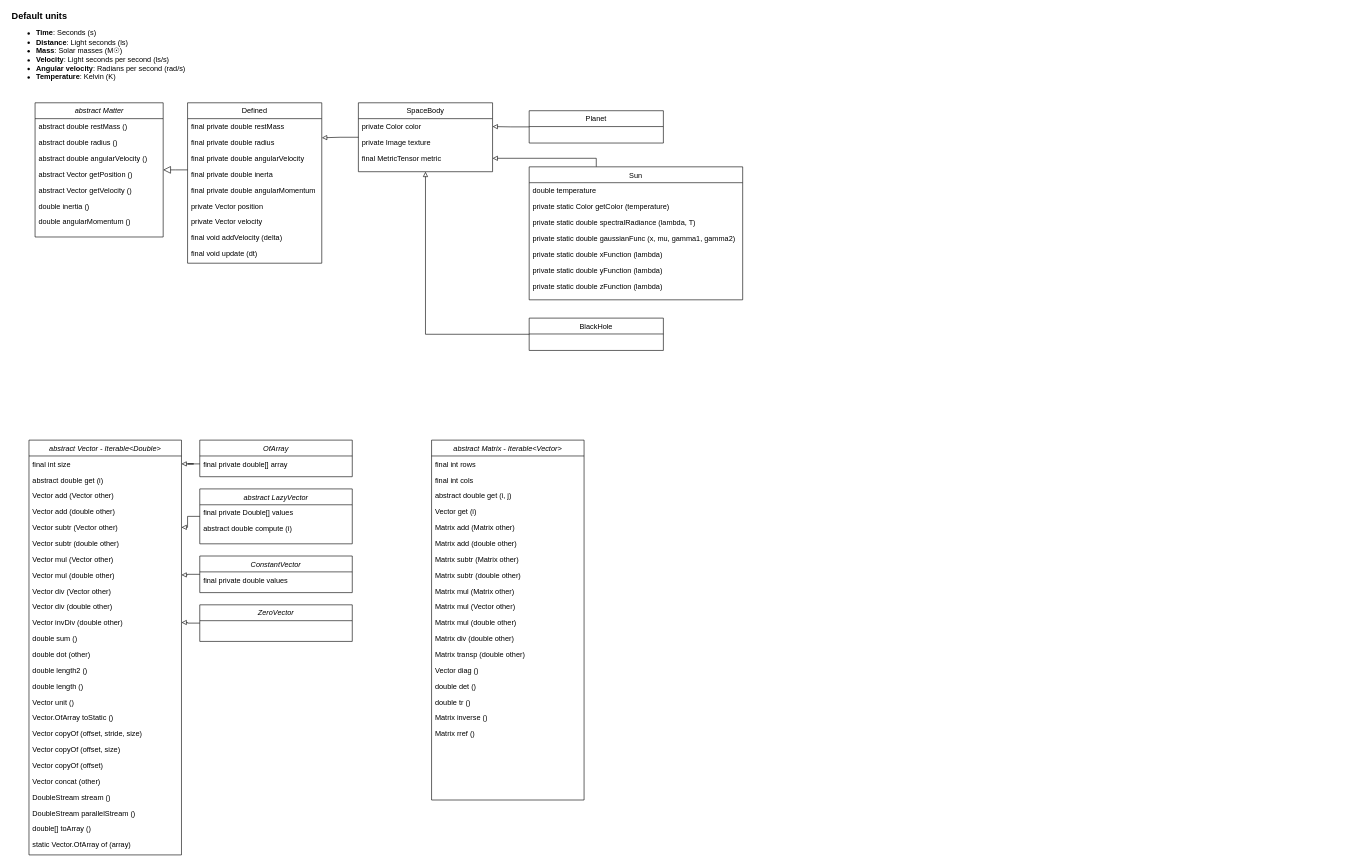
Above: classes_duke.drawio in xavimg/Turing_deploy (draw.io), before the change. Source tidied: cells renumbered, new cells numbered last; positions are measured from the earlier drawing's top-left corner, leaving out a move shared by most shapes. Both pictures are drawn from the tidied source at 61%, with x=0, y=0 at pixel (10, 13).
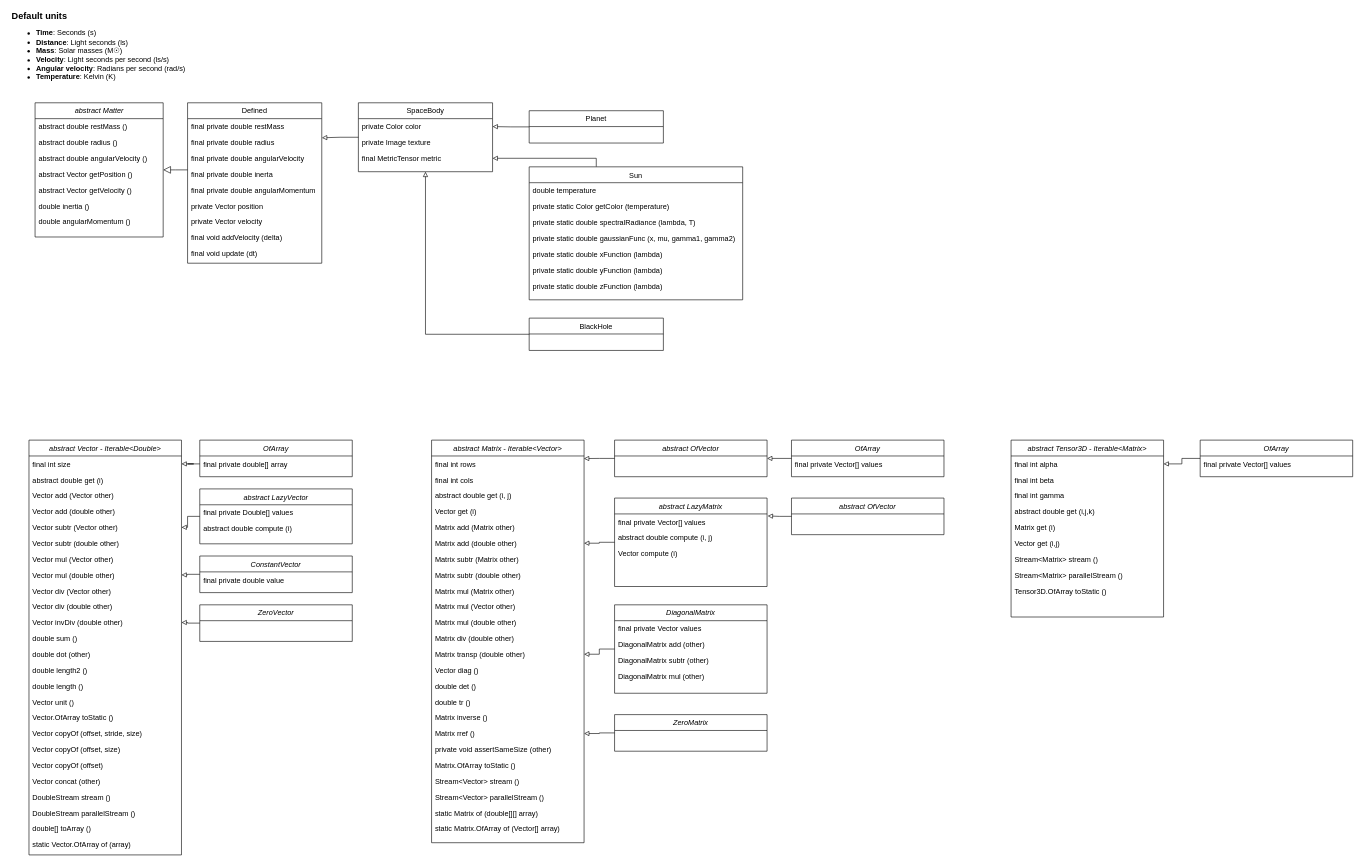
After the change.

Unchanged cells that the change refers to:
```xml
<mxCell id="74" value="ConstantVector" style="swimlane;fontStyle=2;align=center;verticalAlign=top;horizontal=1;startSize=26;rounded=0;shadow=0;strokeWidth=1;" parent="1" vertex="1">
  <mxGeometry x="310" y="890" width="250" height="60" as="geometry" />
</mxCell>
<mxCell id="79" value="final int rows" style="text;align=left;verticalAlign=top;spacingLeft=4;spacingRight=4;overflow=hidden;points=[[0,0.5],[1,0.5]];portConstraint=eastwest;" parent="78" vertex="1">
  <mxGeometry y="26" width="250" height="26" as="geometry" />
</mxCell>
<mxCell id="84" value="Matrix add (double other)" style="text;align=left;verticalAlign=top;spacingLeft=4;spacingRight=4;overflow=hidden;points=[[0,0.5],[1,0.5]];portConstraint=eastwest;" parent="78" vertex="1">
  <mxGeometry y="156" width="250" height="26" as="geometry" />
</mxCell>
<mxCell id="91" value="Matrix transp (double other)" style="text;align=left;verticalAlign=top;spacingLeft=4;spacingRight=4;overflow=hidden;points=[[0,0.5],[1,0.5]];portConstraint=eastwest;" parent="78" vertex="1">
  <mxGeometry y="338" width="250" height="26" as="geometry" />
</mxCell>
<mxCell id="96" value="Matrix rref ()" style="text;align=left;verticalAlign=top;spacingLeft=4;spacingRight=4;overflow=hidden;points=[[0,0.5],[1,0.5]];portConstraint=eastwest;" parent="78" vertex="1">
  <mxGeometry y="468" width="250" height="26" as="geometry" />
</mxCell>
```

Change to the diagram source:
```diff
@@
-    <mxCell id="75" value="final private double values" style="text;align=left;verticalAlign=top;spacingLeft=4;spacingRight=4;overflow=hidden;" parent="74" vertex="1">
+    <mxCell id="75" value="final private double value" style="text;align=left;verticalAlign=top;spacingLeft=4;spacingRight=4;overflow=hidden;" parent="74" vertex="1">
       <mxGeometry y="26" width="250" height="26" as="geometry" />
     </mxCell>
@@
     <mxCell id="78" value="abstract Matrix - Iterable&lt;Vector&gt;" style="swimlane;fontStyle=2;align=center;verticalAlign=top;horizontal=1;startSize=26;rounded=0;shadow=0;strokeWidth=1;" parent="1" vertex="1">
-      <mxGeometry x="690" y="700" width="250" height="590" as="geometry" />
+      <mxGeometry x="690" y="700" width="250" height="660" as="geometry" />
     </mxCell>
@@
+    <mxCell id="97" value="private void assertSameSize (other)" style="text;align=left;verticalAlign=top;spacingLeft=4;spacingRight=4;overflow=hidden;" parent="78" vertex="1">
+      <mxGeometry y="494" width="250" height="26" as="geometry" />
+    </mxCell>
+    <mxCell id="98" value="Matrix.OfArray toStatic ()" style="text;align=left;verticalAlign=top;spacingLeft=4;spacingRight=4;overflow=hidden;" parent="78" vertex="1">
+      <mxGeometry y="520" width="250" height="26" as="geometry" />
+    </mxCell>
+    <mxCell id="99" value="Stream&lt;Vector&gt; stream ()" style="text;align=left;verticalAlign=top;spacingLeft=4;spacingRight=4;overflow=hidden;" parent="78" vertex="1">
+      <mxGeometry y="546" width="250" height="26" as="geometry" />
+    </mxCell>
+    <mxCell id="100" value="Stream&lt;Vector&gt; parallelStream ()" style="text;align=left;verticalAlign=top;spacingLeft=4;spacingRight=4;overflow=hidden;" parent="78" vertex="1">
+      <mxGeometry y="572" width="250" height="26" as="geometry" />
+    </mxCell>
+    <mxCell id="101" value="static Matrix of (double[][] array)" style="text;align=left;verticalAlign=top;spacingLeft=4;spacingRight=4;overflow=hidden;" parent="78" vertex="1">
+      <mxGeometry y="598" width="250" height="26" as="geometry" />
+    </mxCell>
+    <mxCell id="102" value="static Matrix.OfArray of (Vector[] array)" style="text;align=left;verticalAlign=top;spacingLeft=4;spacingRight=4;overflow=hidden;" parent="78" vertex="1">
+      <mxGeometry y="624" width="250" height="26" as="geometry" />
+    </mxCell>
+    <mxCell id="103" style="edgeStyle=orthogonalEdgeStyle;rounded=0;jettySize=auto;html=1;entryX=0.999;entryY=0.163;entryDx=0;entryDy=0;entryPerimeter=0;endArrow=block;endFill=0;strokeColor=#000000;strokeWidth=1;" parent="1" edge="1" source="104" target="79">
+      <mxGeometry relative="1" as="geometry" />
+    </mxCell>
+    <mxCell id="104" value="abstract OfVector" style="swimlane;fontStyle=2;align=center;verticalAlign=top;horizontal=1;startSize=26;rounded=0;shadow=0;strokeWidth=1;" parent="1" vertex="1">
+      <mxGeometry x="990" y="700" width="250" height="60" as="geometry" />
+    </mxCell>
+    <mxCell id="105" style="edgeStyle=orthogonalEdgeStyle;rounded=0;jettySize=auto;html=1;entryX=1;entryY=0.5;entryDx=0;entryDy=0;endArrow=block;endFill=0;strokeColor=#000000;strokeWidth=1;" parent="1" edge="1" source="106" target="104">
+      <mxGeometry relative="1" as="geometry" />
+    </mxCell>
+    <mxCell id="106" value="OfArray" style="swimlane;fontStyle=2;align=center;verticalAlign=top;horizontal=1;startSize=26;rounded=0;shadow=0;strokeWidth=1;" parent="1" vertex="1">
+      <mxGeometry x="1280" y="700" width="250" height="60" as="geometry" />
+    </mxCell>
+    <mxCell id="107" value="final private Vector[] values" style="text;align=left;verticalAlign=top;spacingLeft=4;spacingRight=4;overflow=hidden;" parent="106" vertex="1">
+      <mxGeometry y="26" width="250" height="26" as="geometry" />
+    </mxCell>
+    <mxCell id="108" style="edgeStyle=orthogonalEdgeStyle;rounded=0;jettySize=auto;html=1;entryX=1;entryY=0.5;entryDx=0;entryDy=0;endArrow=block;endFill=0;strokeColor=#000000;strokeWidth=1;" parent="1" edge="1" source="109" target="84">
+      <mxGeometry relative="1" as="geometry" />
+    </mxCell>
+    <mxCell id="109" value="abstract LazyMatrix" style="swimlane;fontStyle=2;align=center;verticalAlign=top;horizontal=1;startSize=26;rounded=0;shadow=0;strokeWidth=1;" parent="1" vertex="1">
+      <mxGeometry x="990" y="795" width="250" height="145" as="geometry" />
+    </mxCell>
+    <mxCell id="110" value="final private Vector[] values" style="text;align=left;verticalAlign=top;spacingLeft=4;spacingRight=4;overflow=hidden;points=[[0,0.5],[1,0.5]];portConstraint=eastwest;" parent="109" vertex="1">
+      <mxGeometry y="26" width="250" height="26" as="geometry" />
+    </mxCell>
+    <mxCell id="111" value="abstract double compute (i, j)" style="text;align=left;verticalAlign=top;spacingLeft=4;spacingRight=4;overflow=hidden;" parent="109" vertex="1">
+      <mxGeometry y="52" width="250" height="26" as="geometry" />
+    </mxCell>
+    <mxCell id="112" value="Vector compute (i)" style="text;align=left;verticalAlign=top;spacingLeft=4;spacingRight=4;overflow=hidden;" parent="109" vertex="1">
+      <mxGeometry y="78" width="250" height="26" as="geometry" />
+    </mxCell>
+    <mxCell id="113" style="edgeStyle=orthogonalEdgeStyle;rounded=0;jettySize=auto;html=1;entryX=1.004;entryY=0.129;entryDx=0;entryDy=0;entryPerimeter=0;endArrow=block;endFill=0;strokeColor=#000000;strokeWidth=1;" parent="1" edge="1" source="114" target="110">
+      <mxGeometry relative="1" as="geometry" />
+    </mxCell>
+    <mxCell id="114" value="abstract OfVector" style="swimlane;fontStyle=2;align=center;verticalAlign=top;horizontal=1;startSize=26;rounded=0;shadow=0;strokeWidth=1;" parent="1" vertex="1">
+      <mxGeometry x="1280" y="795" width="250" height="60" as="geometry" />
+    </mxCell>
+    <mxCell id="115" style="edgeStyle=orthogonalEdgeStyle;rounded=0;jettySize=auto;html=1;entryX=1;entryY=0.5;entryDx=0;entryDy=0;endArrow=block;endFill=0;strokeColor=#000000;strokeWidth=1;" parent="1" edge="1" source="116" target="91">
+      <mxGeometry relative="1" as="geometry" />
+    </mxCell>
+    <mxCell id="116" value="DiagonalMatrix" style="swimlane;fontStyle=2;align=center;verticalAlign=top;horizontal=1;startSize=26;rounded=0;shadow=0;strokeWidth=1;" parent="1" vertex="1">
+      <mxGeometry x="990" y="970" width="250" height="145" as="geometry" />
+    </mxCell>
+    <mxCell id="117" value="final private Vector values" style="text;align=left;verticalAlign=top;spacingLeft=4;spacingRight=4;overflow=hidden;" parent="116" vertex="1">
+      <mxGeometry y="26" width="250" height="26" as="geometry" />
+    </mxCell>
+    <mxCell id="118" value="DiagonalMatrix add (other)" style="text;align=left;verticalAlign=top;spacingLeft=4;spacingRight=4;overflow=hidden;" parent="116" vertex="1">
+      <mxGeometry y="52" width="250" height="26" as="geometry" />
+    </mxCell>
+    <mxCell id="119" value="DiagonalMatrix subtr (other)" style="text;align=left;verticalAlign=top;spacingLeft=4;spacingRight=4;overflow=hidden;" parent="116" vertex="1">
+      <mxGeometry y="78" width="250" height="26" as="geometry" />
+    </mxCell>
+    <mxCell id="120" value="DiagonalMatrix mul (other)" style="text;align=left;verticalAlign=top;spacingLeft=4;spacingRight=4;overflow=hidden;" parent="116" vertex="1">
+      <mxGeometry y="104" width="250" height="26" as="geometry" />
+    </mxCell>
+    <mxCell id="121" style="edgeStyle=orthogonalEdgeStyle;rounded=0;jettySize=auto;html=1;entryX=1;entryY=0.5;entryDx=0;entryDy=0;endArrow=block;endFill=0;strokeColor=#000000;strokeWidth=1;" parent="1" edge="1" source="122" target="96">
+      <mxGeometry relative="1" as="geometry" />
+    </mxCell>
+    <mxCell id="122" value="ZeroMatrix" style="swimlane;fontStyle=2;align=center;verticalAlign=top;horizontal=1;startSize=26;rounded=0;shadow=0;strokeWidth=1;" parent="1" vertex="1">
+      <mxGeometry x="990" y="1150" width="250" height="60" as="geometry" />
+    </mxCell>
+    <mxCell id="123" value="abstract Tensor3D - Iterable&lt;Matrix&gt;" style="swimlane;fontStyle=2;align=center;verticalAlign=top;horizontal=1;startSize=26;rounded=0;shadow=0;strokeWidth=1;" parent="1" vertex="1">
+      <mxGeometry x="1640" y="700" width="250" height="290" as="geometry" />
+    </mxCell>
+    <mxCell id="124" value="final int alpha" style="text;align=left;verticalAlign=top;spacingLeft=4;spacingRight=4;overflow=hidden;points=[[0,0.5],[1,0.5]];portConstraint=eastwest;" parent="123" vertex="1">
+      <mxGeometry y="26" width="250" height="26" as="geometry" />
+    </mxCell>
+    <mxCell id="125" value="final int beta" style="text;align=left;verticalAlign=top;spacingLeft=4;spacingRight=4;overflow=hidden;" parent="123" vertex="1">
+      <mxGeometry y="52" width="250" height="26" as="geometry" />
+    </mxCell>
+    <mxCell id="126" value="final int gamma" style="text;align=left;verticalAlign=top;spacingLeft=4;spacingRight=4;overflow=hidden;" parent="123" vertex="1">
+      <mxGeometry y="78" width="250" height="26" as="geometry" />
+    </mxCell>
+    <mxCell id="127" value="abstract double get (i,j,k)" style="text;align=left;verticalAlign=top;spacingLeft=4;spacingRight=4;overflow=hidden;" parent="123" vertex="1">
+      <mxGeometry y="104" width="250" height="26" as="geometry" />
+    </mxCell>
+    <mxCell id="128" value="Matrix get (i)" style="text;align=left;verticalAlign=top;spacingLeft=4;spacingRight=4;overflow=hidden;" parent="123" vertex="1">
+      <mxGeometry y="130" width="250" height="26" as="geometry" />
+    </mxCell>
+    <mxCell id="129" value="Vector get (i,j)" style="text;align=left;verticalAlign=top;spacingLeft=4;spacingRight=4;overflow=hidden;" parent="123" vertex="1">
+      <mxGeometry y="156" width="250" height="26" as="geometry" />
+    </mxCell>
+    <mxCell id="130" value="Stream&lt;Matrix&gt; stream ()" style="text;align=left;verticalAlign=top;spacingLeft=4;spacingRight=4;overflow=hidden;" parent="123" vertex="1">
+      <mxGeometry y="182" width="250" height="26" as="geometry" />
+    </mxCell>
+    <mxCell id="131" value="Stream&lt;Matrix&gt; parallelStream ()" style="text;align=left;verticalAlign=top;spacingLeft=4;spacingRight=4;overflow=hidden;" parent="123" vertex="1">
+      <mxGeometry y="208" width="250" height="26" as="geometry" />
+    </mxCell>
+    <mxCell id="132" value="Tensor3D.OfArray toStatic ()" style="text;align=left;verticalAlign=top;spacingLeft=4;spacingRight=4;overflow=hidden;" parent="123" vertex="1">
+      <mxGeometry y="234" width="250" height="26" as="geometry" />
+    </mxCell>
+    <mxCell id="133" style="edgeStyle=orthogonalEdgeStyle;rounded=0;jettySize=auto;html=1;entryX=1;entryY=0.5;entryDx=0;entryDy=0;endArrow=block;endFill=0;strokeColor=#000000;strokeWidth=1;" parent="1" edge="1" source="134" target="124">
+      <mxGeometry relative="1" as="geometry" />
+    </mxCell>
+    <mxCell id="134" value="OfArray" style="swimlane;fontStyle=2;align=center;verticalAlign=top;horizontal=1;startSize=26;rounded=0;shadow=0;strokeWidth=1;" parent="1" vertex="1">
+      <mxGeometry x="1950" y="700" width="250" height="60" as="geometry" />
+    </mxCell>
+    <mxCell id="135" value="final private Vector[] values" style="text;align=left;verticalAlign=top;spacingLeft=4;spacingRight=4;overflow=hidden;" parent="134" vertex="1">
+      <mxGeometry y="26" width="250" height="26" as="geometry" />
+    </mxCell>
```
